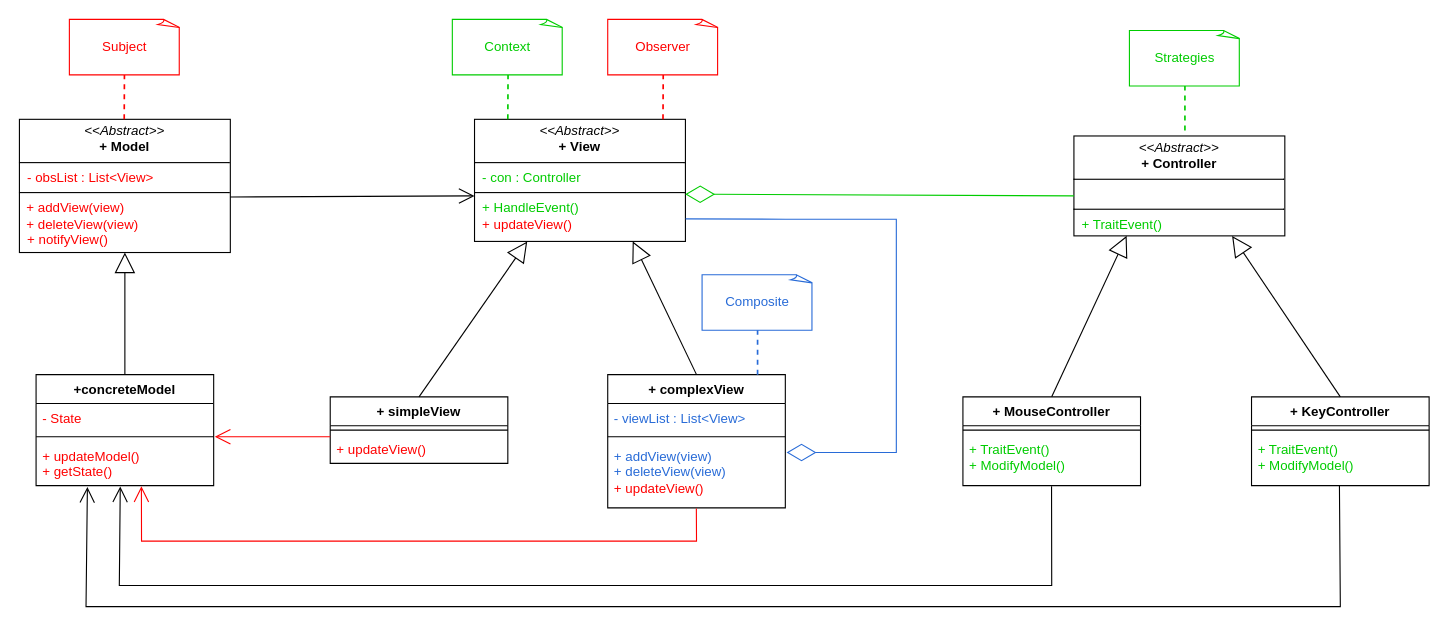
rabah-usthb/Documentations keeps this draw.io diagram as University/3rd_ING_Software/2st_Semester/Conception/course/Chapters/MVC_PAC/mvc2.drawio. Above is the earlier version. Source tidied: cells renumbered, new cells numbered last; positions are measured from the earlier drawing's top-left corner, leaving out a move shared by most shapes. Both pictures are drawn from the tidied source at 111%, with x=0, y=0 at pixel (19, 19).
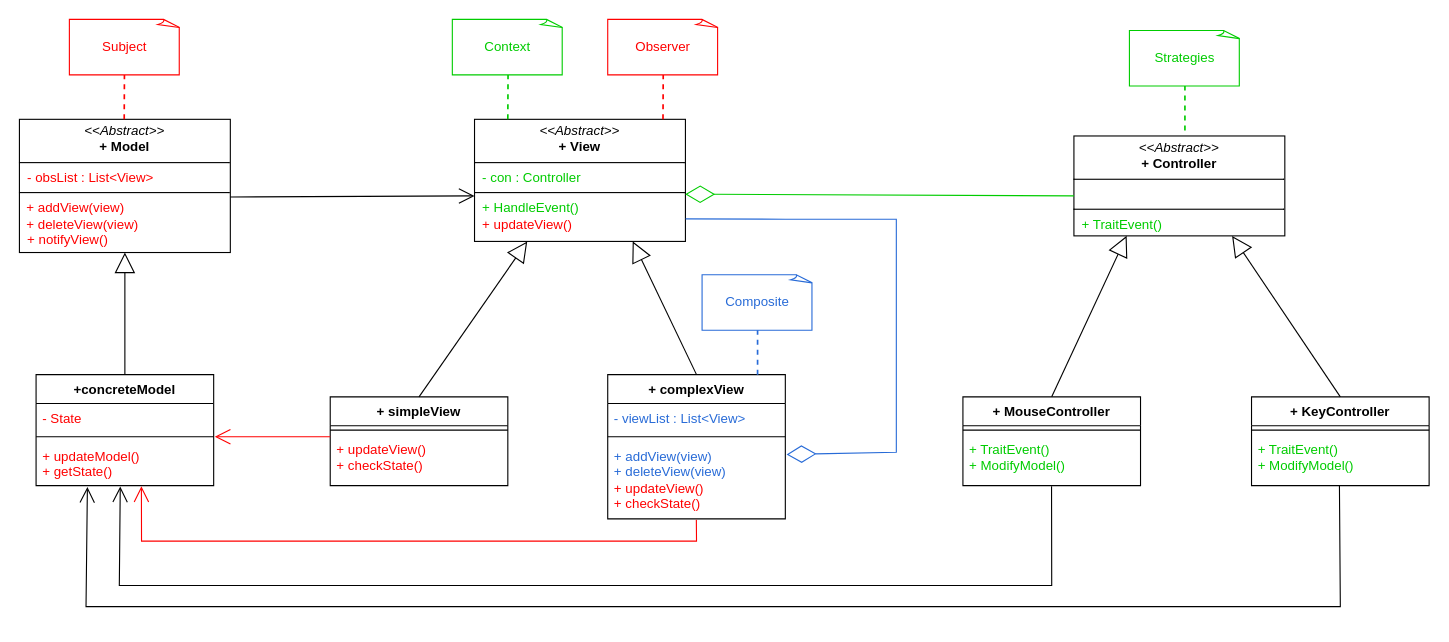
Above is the later version.

The edit, as a diff of the source:
```diff
@@
     <mxCell id="12" value="+ simpleView" style="swimlane;fontStyle=1;align=center;verticalAlign=top;horizontal=1;startSize=26;whiteSpace=wrap;html=1;fillColor=none;" parent="1" vertex="1">
-      <mxGeometry x="280" y="340" width="160" height="60" as="geometry" />
+      <mxGeometry x="280" y="340" width="160" height="80" as="geometry" />
     </mxCell>
@@
-    <mxCell id="14" value="&lt;font style=&quot;color: rgb(255, 0, 0);&quot;&gt;+ updateView()&lt;/font&gt;" style="text;strokeColor=none;fillColor=none;align=left;verticalAlign=top;spacingLeft=4;spacingRight=4;overflow=hidden;whiteSpace=wrap;html=1;" parent="12" vertex="1">
-      <mxGeometry y="34" width="160" height="26" as="geometry" />
+    <mxCell id="14" value="&lt;font style=&quot;color: rgb(255, 0, 0);&quot;&gt;+ updateView()&lt;/font&gt;&lt;div&gt;&lt;font style=&quot;color: rgb(255, 0, 0);&quot;&gt;+ checkState()&lt;/font&gt;&lt;/div&gt;" style="text;strokeColor=none;fillColor=none;align=left;verticalAlign=top;spacingLeft=4;spacingRight=4;overflow=hidden;whiteSpace=wrap;html=1;" parent="12" vertex="1">
+      <mxGeometry y="34" width="160" height="46" as="geometry" />
     </mxCell>
     <mxCell id="15" value="+ complexView" style="swimlane;fontStyle=1;align=center;verticalAlign=top;horizontal=1;startSize=26;whiteSpace=wrap;html=1;fillColor=none;" parent="1" vertex="1">
-      <mxGeometry x="530" y="320" width="160" height="120" as="geometry" />
+      <mxGeometry x="530" y="320" width="160" height="130" as="geometry" />
     </mxCell>
@@
-    <mxCell id="18" value="&lt;div&gt;&lt;font style=&quot;color: rgb(40, 107, 215);&quot;&gt;+ addView(view)&lt;/font&gt;&lt;/div&gt;&lt;div&gt;&lt;font style=&quot;color: rgb(40, 107, 215);&quot;&gt;+ deleteView(view)&lt;/font&gt;&lt;/div&gt;&lt;font style=&quot;color: rgb(255, 0, 0);&quot;&gt;+ updateView()&lt;/font&gt;" style="text;strokeColor=none;fillColor=none;align=left;verticalAlign=top;spacingLeft=4;spacingRight=4;overflow=hidden;points=[[0,0.5],[1,0.5]];portConstraint=eastwest;whiteSpace=wrap;html=1;" parent="15" vertex="1">
-      <mxGeometry y="60" width="160" height="60" as="geometry" />
+    <mxCell id="18" value="&lt;div&gt;&lt;font style=&quot;color: rgb(40, 107, 215);&quot;&gt;+ addView(view)&lt;/font&gt;&lt;/div&gt;&lt;div&gt;&lt;font style=&quot;color: rgb(40, 107, 215);&quot;&gt;+ deleteView(view)&lt;/font&gt;&lt;/div&gt;&lt;font style=&quot;color: rgb(255, 0, 0);&quot;&gt;+ updateView()&lt;/font&gt;&lt;div&gt;&lt;font style=&quot;color: rgb(255, 0, 0);&quot;&gt;+ checkState()&lt;/font&gt;&lt;/div&gt;" style="text;strokeColor=none;fillColor=none;align=left;verticalAlign=top;spacingLeft=4;spacingRight=4;overflow=hidden;points=[[0,0.5],[1,0.5]];portConstraint=eastwest;whiteSpace=wrap;html=1;" parent="15" vertex="1">
+      <mxGeometry y="60" width="160" height="70" as="geometry" />
     </mxCell>
```
